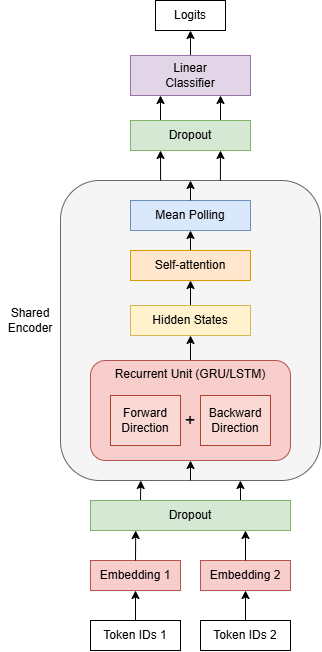
Before: docs/figures/rnn_architecture_diagram/rnn_architecture.drawio.png, a diagram exported from draw.io (RayYouDS/cits4012-NLP-project). Source tidied: cells renumbered, new cells last; positions are measured from the earlier drawing's top-left corner, leaving out a move shared by most shapes.
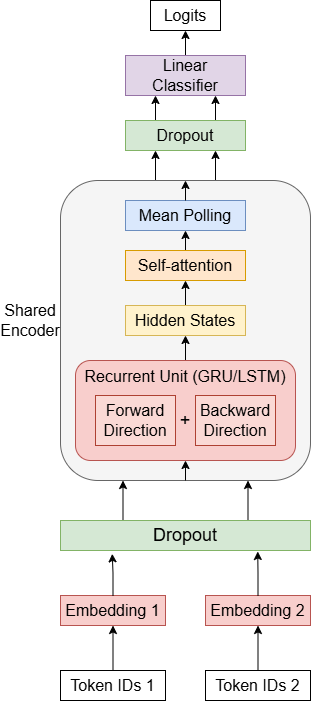
After the change.

Commit message:
update: new architecture diagram

What changed in the source:
```diff
@@ -2,107 +2,129 @@
   <root>
     <mxCell id="0" />
     <mxCell id="1" parent="0" />
-    <mxCell id="2" style="rounded=1;whiteSpace=wrap;html=1;roundedPerimeter=1;fillColor=#f5f5f5;fontColor=#333333;strokeColor=#666666;" parent="1" vertex="1">
-      <mxGeometry x="60" y="180" width="260" height="300" as="geometry" />
-    </mxCell>
-    <mxCell id="3" value="Embedding 1" style="rounded=0;whiteSpace=wrap;html=1;fillColor=#f8cecc;strokeColor=#b85450;" parent="1" vertex="1">
-      <mxGeometry x="90" y="560" width="90" height="30" as="geometry" />
-    </mxCell>
-    <mxCell id="4" value="Embedding 2" style="rounded=0;whiteSpace=wrap;html=1;fillColor=#f8cecc;strokeColor=#b85450;" parent="1" vertex="1">
-      <mxGeometry x="200" y="560" width="90" height="30" as="geometry" />
-    </mxCell>
-    <mxCell id="5" style="edgeStyle=orthogonalEdgeStyle;rounded=0;jettySize=auto;html=1;exitX=0.5;exitY=0;exitDx=0;exitDy=0;entryX=0.5;entryY=1;entryDx=0;entryDy=0;" parent="1" edge="1" source="6" target="3">
-      <mxGeometry relative="1" as="geometry" />
-    </mxCell>
-    <mxCell id="6" value="Token IDs 1" style="rounded=0;whiteSpace=wrap;html=1;" parent="1" vertex="1">
-      <mxGeometry x="90" y="620" width="90" height="30" as="geometry" />
-    </mxCell>
-    <mxCell id="7" style="edgeStyle=orthogonalEdgeStyle;rounded=0;jettySize=auto;html=1;exitX=0.5;exitY=0;exitDx=0;exitDy=0;entryX=0.5;entryY=1;entryDx=0;entryDy=0;" parent="1" edge="1" source="8" target="4">
-      <mxGeometry relative="1" as="geometry" />
-    </mxCell>
-    <mxCell id="8" value="Token IDs 2" style="rounded=0;whiteSpace=wrap;html=1;" parent="1" vertex="1">
-      <mxGeometry x="200" y="620" width="90" height="30" as="geometry" />
-    </mxCell>
-    <mxCell id="9" style="edgeStyle=orthogonalEdgeStyle;rounded=0;jettySize=auto;html=1;exitX=0.25;exitY=0;exitDx=0;exitDy=0;entryX=0.305;entryY=1.01;entryDx=0;entryDy=0;" parent="1" edge="1" source="11" target="2">
-      <mxGeometry relative="1" as="geometry" />
-    </mxCell>
-    <mxCell id="10" style="edgeStyle=orthogonalEdgeStyle;rounded=0;jettySize=auto;html=1;exitX=0.75;exitY=0;exitDx=0;exitDy=0;entryX=0.692;entryY=1;entryDx=0;entryDy=0;" parent="1" edge="1" source="11" target="2">
-      <mxGeometry relative="1" as="geometry" />
-    </mxCell>
-    <mxCell id="11" value="Dropout" style="rounded=0;whiteSpace=wrap;html=1;fillColor=#d5e8d4;strokeColor=#82b366;" parent="1" vertex="1">
-      <mxGeometry x="90" y="500" width="200" height="30" as="geometry" />
-    </mxCell>
+    <mxCell id="36" style="edgeStyle=orthogonalEdgeStyle;rounded=0;jettySize=auto;html=1;exitX=0.75;exitY=0;exitDx=0;exitDy=0;entryX=0.75;entryY=1;entryDx=0;entryDy=0;" parent="1" edge="1" source="38" target="41">
+      <mxGeometry relative="1" as="geometry">
+        <Array as="points">
+          <mxPoint x="110" y="120" />
+        </Array>
+      </mxGeometry>
+    </mxCell>
+    <mxCell id="37" style="edgeStyle=orthogonalEdgeStyle;rounded=0;jettySize=auto;html=1;exitX=0.25;exitY=0;exitDx=0;exitDy=0;entryX=0.25;entryY=1;entryDx=0;entryDy=0;" parent="1" edge="1" source="38" target="41">
+      <mxGeometry relative="1" as="geometry">
+        <Array as="points">
+          <mxPoint x="50" y="120" />
+        </Array>
+      </mxGeometry>
+    </mxCell>
+    <mxCell id="38" style="rounded=1;whiteSpace=wrap;html=1;roundedPerimeter=1;fillColor=#f5f5f5;fontColor=#333333;strokeColor=#666666;" parent="1" vertex="1">
+      <mxGeometry x="-45" y="120" width="250" height="300" as="geometry" />
+    </mxCell>
     <mxCell id="12" style="edgeStyle=orthogonalEdgeStyle;rounded=0;jettySize=auto;html=1;exitX=0.5;exitY=0;exitDx=0;exitDy=0;entryX=0.5;entryY=1;entryDx=0;entryDy=0;" parent="1" edge="1" source="13" target="21">
       <mxGeometry relative="1" as="geometry" />
     </mxCell>
-    <mxCell id="13" value="Recurrent Unit (GRU/LSTM)" style="rounded=1;whiteSpace=wrap;html=1;roundedPerimeter=1;verticalAlign=top;fillColor=#f8cecc;strokeColor=#b85450;" parent="1" vertex="1">
-      <mxGeometry x="90" y="360" width="200" height="100" as="geometry" />
+    <mxCell id="13" value="Recurrent Unit (GRU/LSTM)" style="rounded=1;whiteSpace=wrap;html=1;roundedPerimeter=1;verticalAlign=top;fillColor=#f8cecc;strokeColor=#b85450;fontSize=16;" parent="1" vertex="1">
+      <mxGeometry x="-30" y="300" width="220" height="100" as="geometry" />
     </mxCell>
-    <mxCell id="14" value="Forward&lt;br&gt;Direction" style="rounded=0;whiteSpace=wrap;html=1;fillColor=#fad9d5;strokeColor=#ae4132;" parent="1" vertex="1">
-      <mxGeometry x="110" y="395" width="70" height="50" as="geometry" />
+    <mxCell id="14" value="Forward&lt;br&gt;Direction" style="rounded=0;whiteSpace=wrap;html=1;fillColor=#fad9d5;strokeColor=#ae4132;fontSize=16;" parent="1" vertex="1">
+      <mxGeometry x="-10" y="335" width="80" height="50" as="geometry" />
     </mxCell>
-    <mxCell id="15" value="Backward&lt;br&gt;Direction" style="rounded=0;whiteSpace=wrap;html=1;fillColor=#fad9d5;strokeColor=#ae4132;" parent="1" vertex="1">
-      <mxGeometry x="200" y="395" width="70" height="50" as="geometry" />
+    <mxCell id="15" value="Backward&lt;br&gt;Direction" style="rounded=0;whiteSpace=wrap;html=1;fillColor=#fad9d5;strokeColor=#ae4132;fontSize=16;" parent="1" vertex="1">
+      <mxGeometry x="90" y="335" width="80" height="50" as="geometry" />
     </mxCell>
     <mxCell id="16" value="+" style="text;html=1;whiteSpace=wrap;strokeColor=none;fillColor=none;align=center;verticalAlign=middle;rounded=0;fontSize=18;" parent="1" vertex="1">
-      <mxGeometry x="180" y="405" width="20" height="30" as="geometry" />
+      <mxGeometry x="70" y="345" width="20" height="30" as="geometry" />
     </mxCell>
     <mxCell id="17" style="edgeStyle=orthogonalEdgeStyle;rounded=0;jettySize=auto;html=1;exitX=0.5;exitY=0;exitDx=0;exitDy=0;entryX=0.5;entryY=1;entryDx=0;entryDy=0;" parent="1" edge="1" source="18" target="19">
       <mxGeometry relative="1" as="geometry" />
     </mxCell>
-    <mxCell id="18" value="Self-attention" style="rounded=0;whiteSpace=wrap;html=1;fillColor=#ffe6cc;strokeColor=#d79b00;" parent="1" vertex="1">
-      <mxGeometry x="130" y="250" width="120" height="30" as="geometry" />
+    <mxCell id="18" value="Self-attention" style="rounded=0;whiteSpace=wrap;html=1;fillColor=#ffe6cc;strokeColor=#d79b00;fontSize=16;" parent="1" vertex="1">
+      <mxGeometry x="20" y="190" width="120" height="30" as="geometry" />
     </mxCell>
-    <mxCell id="19" value="Mean Polling" style="rounded=0;whiteSpace=wrap;html=1;fillColor=#dae8fc;strokeColor=#6c8ebf;" parent="1" vertex="1">
-      <mxGeometry x="130" y="200" width="120" height="30" as="geometry" />
+    <mxCell id="19" value="Mean Polling" style="rounded=0;whiteSpace=wrap;html=1;fillColor=#dae8fc;strokeColor=#6c8ebf;fontSize=16;" parent="1" vertex="1">
+      <mxGeometry x="20" y="140" width="120" height="30" as="geometry" />
     </mxCell>
     <mxCell id="20" style="edgeStyle=orthogonalEdgeStyle;rounded=0;jettySize=auto;html=1;exitX=0.5;exitY=0;exitDx=0;exitDy=0;entryX=0.5;entryY=1;entryDx=0;entryDy=0;" parent="1" edge="1" source="21" target="18">
       <mxGeometry relative="1" as="geometry" />
     </mxCell>
-    <mxCell id="21" value="Hidden States" style="rounded=0;whiteSpace=wrap;html=1;fillColor=#fff2cc;strokeColor=#d6b656;" parent="1" vertex="1">
-      <mxGeometry x="130" y="305" width="120" height="30" as="geometry" />
+    <mxCell id="21" value="Hidden States" style="rounded=0;whiteSpace=wrap;html=1;fillColor=#fff2cc;strokeColor=#d6b656;fontSize=16;" parent="1" vertex="1">
+      <mxGeometry x="20" y="245" width="120" height="30" as="geometry" />
     </mxCell>
-    <mxCell id="22" value="Shared&lt;br&gt;Encoder" style="text;html=1;whiteSpace=wrap;strokeColor=none;fillColor=none;align=center;verticalAlign=middle;rounded=0;" parent="1" vertex="1">
-      <mxGeometry y="305" width="60" height="30" as="geometry" />
+    <mxCell id="22" value="Shared&lt;br&gt;Encoder" style="text;html=1;whiteSpace=wrap;strokeColor=none;fillColor=none;align=center;verticalAlign=middle;rounded=0;fontSize=16;" parent="1" vertex="1">
+      <mxGeometry x="-105" y="245" width="60" height="30" as="geometry" />
     </mxCell>
-    <mxCell id="23" style="edgeStyle=orthogonalEdgeStyle;rounded=0;jettySize=auto;html=1;exitX=0.25;exitY=0;exitDx=0;exitDy=0;entryX=0.25;entryY=1;entryDx=0;entryDy=0;" parent="1" edge="1" source="27" target="29">
-      <mxGeometry relative="1" as="geometry" />
-    </mxCell>
-    <mxCell id="24" style="edgeStyle=orthogonalEdgeStyle;rounded=0;jettySize=auto;html=1;exitX=0.75;exitY=0;exitDx=0;exitDy=0;entryX=0.75;entryY=1;entryDx=0;entryDy=0;" parent="1" edge="1" source="27" target="29">
-      <mxGeometry relative="1" as="geometry" />
-    </mxCell>
-    <mxCell id="25" style="edgeStyle=orthogonalEdgeStyle;rounded=0;jettySize=auto;html=1;exitX=0.75;exitY=1;exitDx=0;exitDy=0;entryX=0.615;entryY=0;entryDx=0;entryDy=0;startArrow=classic;startFill=1;endArrow=none;endFill=0;" parent="1" edge="1" source="27" target="2">
-      <mxGeometry relative="1" as="geometry" />
-    </mxCell>
-    <mxCell id="26" style="edgeStyle=orthogonalEdgeStyle;rounded=0;jettySize=auto;html=1;exitX=0.25;exitY=1;exitDx=0;exitDy=0;entryX=0.385;entryY=0;entryDx=0;entryDy=0;startArrow=classic;startFill=1;endArrow=none;endFill=0;" parent="1" edge="1" source="27" target="2">
-      <mxGeometry relative="1" as="geometry" />
-    </mxCell>
-    <mxCell id="27" value="Dropout" style="rounded=0;whiteSpace=wrap;html=1;fillColor=#d5e8d4;strokeColor=#82b366;" parent="1" vertex="1">
-      <mxGeometry x="130" y="120" width="120" height="30" as="geometry" />
-    </mxCell>
+    <mxCell id="39" style="edgeStyle=orthogonalEdgeStyle;rounded=0;jettySize=auto;html=1;exitX=0.25;exitY=0;exitDx=0;exitDy=0;entryX=0.25;entryY=1;entryDx=0;entryDy=0;" parent="1" edge="1" source="41" target="29">
+      <mxGeometry relative="1" as="geometry" />
+    </mxCell>
+    <mxCell id="40" style="edgeStyle=orthogonalEdgeStyle;rounded=0;jettySize=auto;html=1;exitX=0.75;exitY=0;exitDx=0;exitDy=0;entryX=0.75;entryY=1;entryDx=0;entryDy=0;" parent="1" edge="1" source="41" target="29">
+      <mxGeometry relative="1" as="geometry" />
+    </mxCell>
+    <mxCell id="41" value="Dropout" style="rounded=0;whiteSpace=wrap;html=1;fillColor=#d5e8d4;strokeColor=#82b366;fontSize=16;" parent="1" vertex="1">
+      <mxGeometry x="20" y="60" width="120" height="30" as="geometry" />
+    </mxCell>
     <mxCell id="28" style="edgeStyle=orthogonalEdgeStyle;rounded=0;jettySize=auto;html=1;exitX=0.5;exitY=0;exitDx=0;exitDy=0;entryX=0.5;entryY=1;entryDx=0;entryDy=0;" parent="1" edge="1" source="29" target="32">
       <mxGeometry relative="1" as="geometry" />
     </mxCell>
-    <mxCell id="29" value="Linear&lt;br&gt;Classifier" style="rounded=0;whiteSpace=wrap;html=1;fillColor=#e1d5e7;strokeColor=#9673a6;" parent="1" vertex="1">
-      <mxGeometry x="130" y="55" width="120" height="40" as="geometry" />
+    <mxCell id="29" value="Linear&lt;br&gt;Classifier" style="rounded=0;whiteSpace=wrap;html=1;fillColor=#e1d5e7;strokeColor=#9673a6;fontSize=16;" parent="1" vertex="1">
+      <mxGeometry x="20" y="-5" width="120" height="40" as="geometry" />
     </mxCell>
-    <mxCell id="30" style="edgeStyle=orthogonalEdgeStyle;rounded=0;jettySize=auto;html=1;exitX=0.5;exitY=0;exitDx=0;exitDy=0;entryX=0.775;entryY=1;entryDx=0;entryDy=0;entryPerimeter=0;" parent="1" edge="1" source="4" target="11">
-      <mxGeometry relative="1" as="geometry" />
-    </mxCell>
-    <mxCell id="31" style="edgeStyle=orthogonalEdgeStyle;rounded=0;jettySize=auto;html=1;exitX=0.5;exitY=0;exitDx=0;exitDy=0;entryX=0.226;entryY=1;entryDx=0;entryDy=0;entryPerimeter=0;" parent="1" edge="1" source="3" target="11">
-      <mxGeometry relative="1" as="geometry" />
-    </mxCell>
-    <mxCell id="32" value="Logits" style="rounded=0;whiteSpace=wrap;html=1;" parent="1" vertex="1">
-      <mxGeometry x="155" width="70" height="30" as="geometry" />
+    <mxCell id="32" value="Logits" style="rounded=0;whiteSpace=wrap;html=1;fontSize=16;" parent="1" vertex="1">
+      <mxGeometry x="45" y="-60" width="70" height="30" as="geometry" />
     </mxCell>
-    <mxCell id="33" style="edgeStyle=orthogonalEdgeStyle;rounded=0;orthogonalLoop=1;jettySize=auto;html=1;innerLoopWaypoints=1;exitX=0.5;exitY=1;exitDx=0;exitDy=0;entryX=0.5;entryY=0.938;entryDx=0;entryDy=0;" parent="1" edge="1" source="2" target="2">
-      <mxGeometry relative="1" as="geometry" />
-    </mxCell>
-    <mxCell id="34" style="endArrow=classic;html=1;rounded=0;exitX=0.5;exitY=1;exitDx=0;exitDy=0;entryX=0.5;entryY=1;entryDx=0;entryDy=0;" parent="1" edge="1" source="2" target="13">
-      <mxGeometry relative="1" as="geometry" />
-    </mxCell>
-    <mxCell id="35" style="endArrow=classic;html=1;rounded=0;exitX=0.5;exitY=0;exitDx=0;exitDy=0;" parent="1" edge="1" source="19" target="2">
-      <mxGeometry relative="1" as="geometry" />
-    </mxCell>
+    <mxCell id="42" style="edgeStyle=orthogonalEdgeStyle;rounded=0;orthogonalLoop=1;jettySize=auto;html=1;innerLoopWaypoints=1;exitX=0.5;exitY=1;exitDx=0;exitDy=0;entryX=0.5;entryY=0.938;entryDx=0;entryDy=0;" parent="1" edge="1" source="38" target="38">
+      <mxGeometry relative="1" as="geometry" />
+    </mxCell>
+    <mxCell id="43" style="endArrow=classic;html=1;rounded=0;exitX=0.5;exitY=1;exitDx=0;exitDy=0;entryX=0.5;entryY=1;entryDx=0;entryDy=0;" parent="1" edge="1" source="38" target="13">
+      <mxGeometry relative="1" as="geometry" />
+    </mxCell>
+    <mxCell id="44" style="endArrow=classic;html=1;rounded=0;exitX=0.5;exitY=0;exitDx=0;exitDy=0;" parent="1" edge="1" source="19" target="38">
+      <mxGeometry relative="1" as="geometry" />
+    </mxCell>
+    <mxCell id="3" value="Embedding 1" style="rounded=0;whiteSpace=wrap;html=1;fillColor=#f8cecc;strokeColor=#b85450;fontSize=16;" parent="1" vertex="1">
+      <mxGeometry x="-45" y="535" width="105" height="30" as="geometry" />
+    </mxCell>
+    <mxCell id="4" value="Embedding 2" style="rounded=0;whiteSpace=wrap;html=1;fillColor=#f8cecc;strokeColor=#b85450;fontSize=16;" parent="1" vertex="1">
+      <mxGeometry x="100" y="535" width="105" height="30" as="geometry" />
+    </mxCell>
+    <mxCell id="5" style="edgeStyle=orthogonalEdgeStyle;rounded=0;jettySize=auto;html=1;entryX=0.5;entryY=1;entryDx=0;entryDy=0;" parent="1" edge="1" source="6" target="3">
+      <mxGeometry relative="1" as="geometry" />
+    </mxCell>
+    <mxCell id="6" value="Token IDs 1" style="rounded=0;whiteSpace=wrap;html=1;fontSize=16;" parent="1" vertex="1">
+      <mxGeometry x="-45" y="610" width="105" height="30" as="geometry" />
+    </mxCell>
+    <mxCell id="7" style="edgeStyle=orthogonalEdgeStyle;rounded=0;jettySize=auto;html=1;entryX=0.5;entryY=1;entryDx=0;entryDy=0;" parent="1" edge="1" source="8" target="4">
+      <mxGeometry relative="1" as="geometry" />
+    </mxCell>
+    <mxCell id="8" value="Token IDs 2" style="rounded=0;whiteSpace=wrap;html=1;fontSize=16;" parent="1" vertex="1">
+      <mxGeometry x="100" y="610" width="105" height="30" as="geometry" />
+    </mxCell>
+    <mxCell id="45" style="edgeStyle=orthogonalEdgeStyle;rounded=0;orthogonalLoop=1;jettySize=auto;html=1;innerLoopWaypoints=1;exitX=0.5;exitY=1;exitDx=0;exitDy=0;" parent="1" edge="1">
+      <mxGeometry relative="1" as="geometry">
+        <mxPoint x="76.2" y="550" as="sourcePoint" />
+        <mxPoint x="76.2" y="550" as="targetPoint" />
+      </mxGeometry>
+    </mxCell>
+    <mxCell id="46" style="edgeStyle=orthogonalEdgeStyle;rounded=0;jettySize=auto;html=1;exitX=0.25;exitY=0;exitDx=0;exitDy=0;entryX=0.25;entryY=1;entryDx=0;entryDy=0;" parent="1" edge="1" source="48" target="38">
+      <mxGeometry relative="1" as="geometry">
+        <Array as="points">
+          <mxPoint x="17.5" y="460" />
+        </Array>
+      </mxGeometry>
+    </mxCell>
+    <mxCell id="47" style="edgeStyle=orthogonalEdgeStyle;rounded=0;jettySize=auto;html=1;exitX=0.75;exitY=0;exitDx=0;exitDy=0;entryX=0.75;entryY=1;entryDx=0;entryDy=0;" parent="1" edge="1" source="48" target="38">
+      <mxGeometry relative="1" as="geometry">
+        <Array as="points">
+          <mxPoint x="142.5" y="460" />
+        </Array>
+      </mxGeometry>
+    </mxCell>
+    <mxCell id="48" value="Dropout" style="rounded=0;whiteSpace=wrap;html=1;fillColor=#d5e8d4;strokeColor=#82b366;fontSize=18;" parent="1" vertex="1">
+      <mxGeometry x="-45" y="460" width="250" height="30" as="geometry" />
+    </mxCell>
+    <mxCell id="49" style="edgeStyle=orthogonalEdgeStyle;rounded=0;jettySize=auto;html=1;exitX=0.5;exitY=0;exitDx=0;exitDy=0;entryX=0.789;entryY=1.033;entryDx=0;entryDy=0;entryPerimeter=0;" parent="1" edge="1" source="4" target="48">
+      <mxGeometry relative="1" as="geometry" />
+    </mxCell>
+    <mxCell id="50" style="edgeStyle=orthogonalEdgeStyle;rounded=0;jettySize=auto;html=1;exitX=0.5;exitY=0;exitDx=0;exitDy=0;entryX=0.207;entryY=1.111;entryDx=0;entryDy=0;entryPerimeter=0;" parent="1" edge="1" source="3" target="48">
+      <mxGeometry relative="1" as="geometry" />
+    </mxCell>
   </root>
 </mxGraphModel>
```
